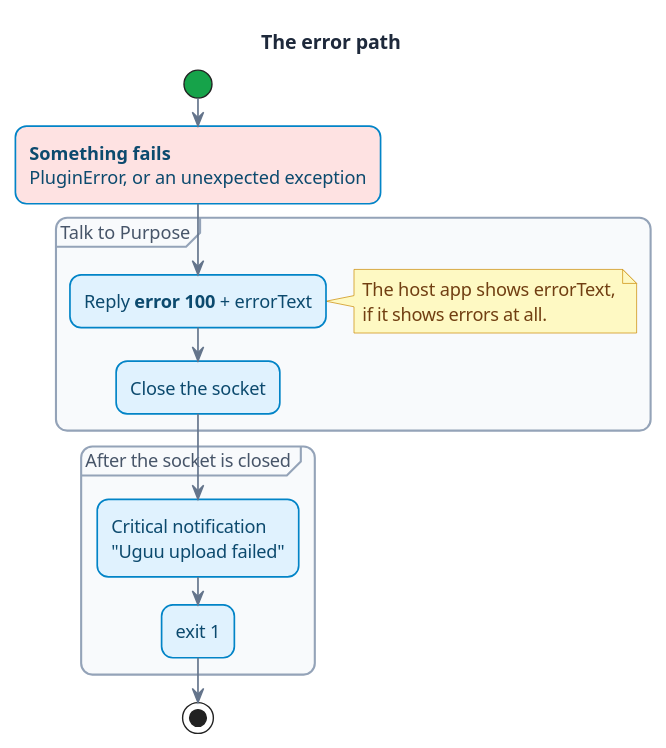
midvok/kde-purpose-plugins keeps this PlantUML diagram as docs/diagrams/out/how-it-works-errors.svg. Above is the earlier version. The source it was exported from:
```plantuml
@startuml
!include _style.iuml

title "The error path"

start
$FAIL:**Something fails**
PluginError, or an unexpected exception;

partition "Talk to Purpose" {
    :Reply **error 100** + errorText;
    note right
        The host app shows errorText,
        if it shows errors at all.
    end note
    :Close the socket;
}

partition "After the socket is closed" {
    :Critical notification
    "Uguu upload failed";
    :exit 1;
}
stop
@enduml
```
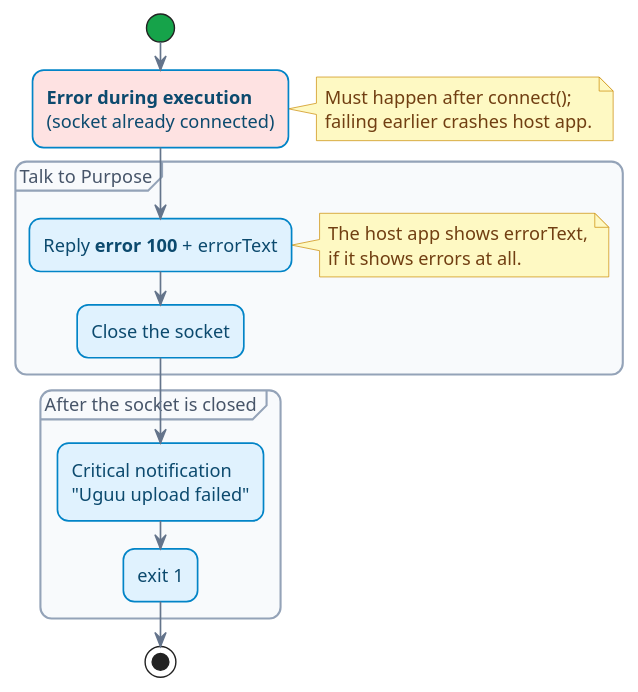
After the commit.

Change to the diagram source:
```diff
@@ -1,11 +1,13 @@
 @startuml
 !include _style.iuml
 
-title "The error path"
-
 start
-$FAIL:**Something fails**
-PluginError, or an unexpected exception;
+$FAIL:**Error during execution**
+(socket already connected);
+note right
+  Must happen after connect();
+  failing earlier crashes host app.
+end note
 
 partition "Talk to Purpose" {
     :Reply **error 100** + errorText;
```
